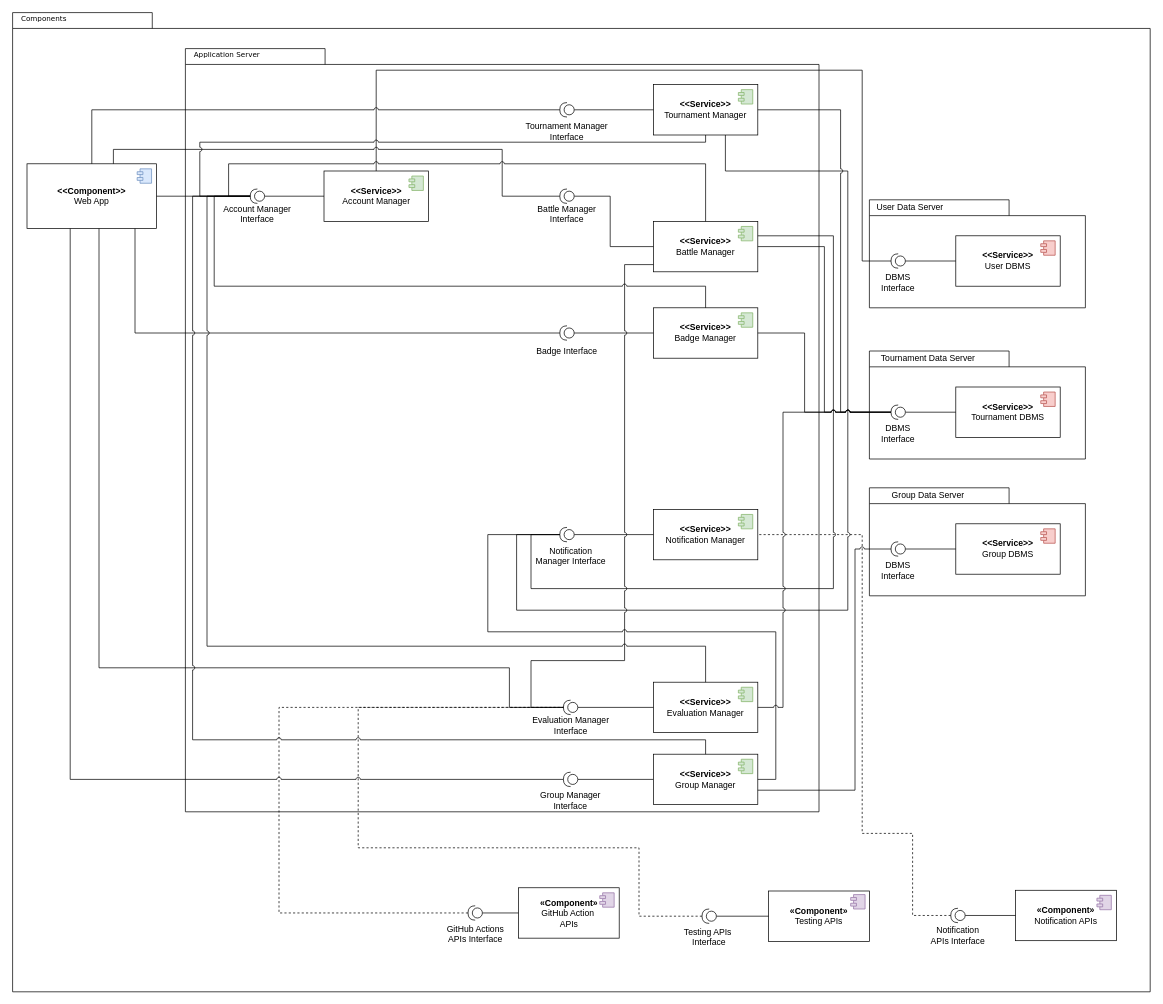
Earlier version of the draw.io diagram DDwip/ExtraFiles/ComponentView.drawio (francescospangaro/SpangaroTosettiRiccardi). Source tidied: cells renumbered, new cells numbered last; positions are measured from the earlier drawing's top-left corner, leaving out a move shared by most shapes. Both pictures are drawn from the tidied source at 72%, with x=0, y=0 at pixel (12, 12).
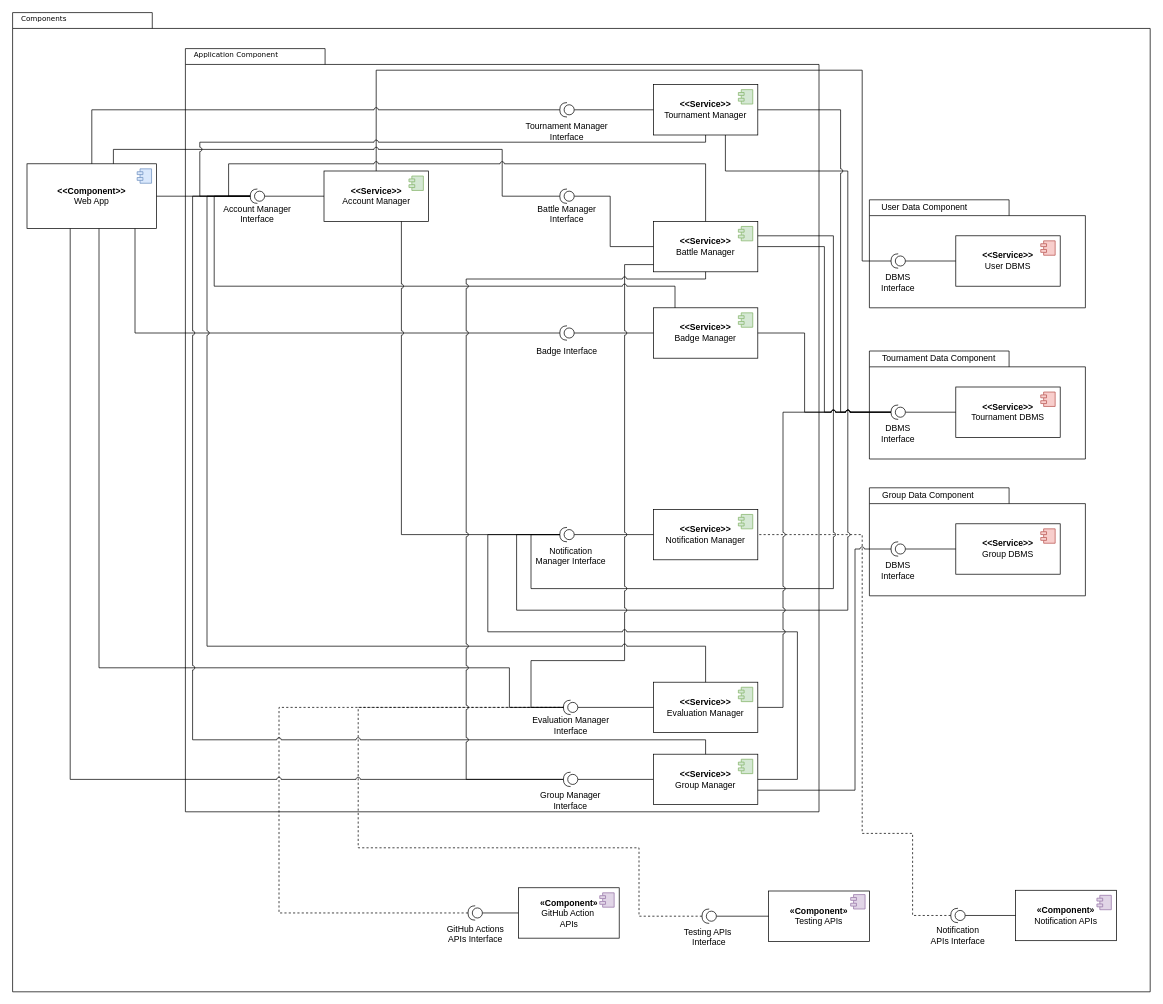
The same page after the edit.

Unchanged cells that the change refers to:
```xml
<mxCell id="8" value="&lt;div&gt;&lt;b&gt;&amp;lt;&amp;lt;Service&amp;gt;&amp;gt;&lt;/b&gt;&lt;/div&gt;&lt;div&gt;Account Manager&lt;br&gt;&lt;/div&gt;" style="html=1;whiteSpace=wrap;" parent="1" vertex="1">
  <mxGeometry x="432.5" y="220" width="145" height="70" as="geometry" />
</mxCell>
<mxCell id="17" style="shape=providedRequiredInterface;html=1;verticalLabelPosition=bottom;sketch=0;rotation=-180;" parent="1" vertex="1">
  <mxGeometry x="330" y="245" width="20" height="20" as="geometry" />
</mxCell>
<mxCell id="22" value="&lt;div&gt;&lt;b&gt;&amp;lt;&amp;lt;Service&amp;gt;&amp;gt;&lt;/b&gt;&lt;/div&gt;&lt;div&gt;Battle Manager&lt;br&gt;&lt;/div&gt;" style="html=1;whiteSpace=wrap;" parent="1" vertex="1">
  <mxGeometry x="890" y="290" width="145" height="70" as="geometry" />
</mxCell>
<mxCell id="24" value="&lt;div&gt;&lt;b&gt;&amp;lt;&amp;lt;Service&amp;gt;&amp;gt;&lt;/b&gt;&lt;/div&gt;&lt;div&gt;Badge Manager&lt;br&gt;&lt;/div&gt;" style="html=1;whiteSpace=wrap;" parent="1" vertex="1">
  <mxGeometry x="890" y="410" width="145" height="70" as="geometry" />
</mxCell>
<mxCell id="50" style="shape=providedRequiredInterface;html=1;verticalLabelPosition=bottom;sketch=0;rotation=-180;" parent="1" vertex="1">
  <mxGeometry x="760" y="715" width="20" height="20" as="geometry" />
</mxCell>
<mxCell id="69" value="&lt;div&gt;&lt;b&gt;&amp;lt;&amp;lt;Service&amp;gt;&amp;gt;&lt;/b&gt;&lt;/div&gt;Group Manager" style="html=1;whiteSpace=wrap;" parent="1" vertex="1">
  <mxGeometry x="890" y="1030" width="145" height="70" as="geometry" />
</mxCell>
<mxCell id="71" style="shape=providedRequiredInterface;html=1;verticalLabelPosition=bottom;sketch=0;rotation=-180;" parent="1" vertex="1">
  <mxGeometry x="765" y="1055" width="20" height="20" as="geometry" />
</mxCell>
```

Change to the diagram source:
```diff
@@
-    <mxCell id="7" value="Application Server" style="text;html=1;align=left;verticalAlign=top;spacingTop=-4;fontSize=10;fontFamily=Verdana;" parent="1" vertex="1">
+    <mxCell id="7" value="Application Component" style="text;html=1;align=left;verticalAlign=top;spacingTop=-4;fontSize=10;fontFamily=Verdana;" parent="1" vertex="1">
       <mxGeometry x="250" y="50" width="130" height="20" as="geometry" />
     </mxCell>
@@
-    <mxCell id="41" value="&amp;nbsp;User Data Server" style="text;html=1;strokeColor=none;fillColor=none;align=center;verticalAlign=middle;whiteSpace=wrap;rounded=0;" parent="1" vertex="1">
-      <mxGeometry x="1190" y="260" width="110" height="20" as="geometry" />
+    <mxCell id="41" value="&amp;nbsp;User Data Component" style="text;html=1;strokeColor=none;fillColor=none;align=center;verticalAlign=middle;whiteSpace=wrap;rounded=0;" parent="1" vertex="1">
+      <mxGeometry x="1190" y="260" width="150" height="20" as="geometry" />
     </mxCell>
@@
     <mxCell id="73" style="edgeStyle=orthogonalEdgeStyle;rounded=0;jettySize=auto;html=1;entryX=1;entryY=0.5;entryDx=0;entryDy=0;entryPerimeter=0;jumpStyle=arc;endArrow=none;endFill=0;" parent="1" edge="1" source="69" target="50">
       <mxGeometry relative="1" as="geometry">
         <Array as="points">
-          <mxPoint x="1060" y="1065" />
-          <mxPoint x="1060" y="860" />
+          <mxPoint x="1090" y="1065" />
+          <mxPoint x="1090" y="860" />
           <mxPoint x="660" y="860" />
           <mxPoint x="660" y="725" />
         </Array>
       </mxGeometry>
     </mxCell>
@@
-    <mxCell id="75" value="&amp;nbsp;Tournament Data Server" style="text;html=1;strokeColor=none;fillColor=none;align=center;verticalAlign=middle;whiteSpace=wrap;rounded=0;" parent="1" vertex="1">
-      <mxGeometry x="1190" y="470" width="160" height="20" as="geometry" />
+    <mxCell id="75" value="&amp;nbsp;Tournament Data Component" style="text;html=1;strokeColor=none;fillColor=none;align=center;verticalAlign=middle;whiteSpace=wrap;rounded=0;" parent="1" vertex="1">
+      <mxGeometry x="1190" y="470" width="190" height="20" as="geometry" />
     </mxCell>
@@
-    <mxCell id="86" value="&amp;nbsp;Group Data Server" style="text;html=1;strokeColor=none;fillColor=none;align=center;verticalAlign=middle;whiteSpace=wrap;rounded=0;" parent="1" vertex="1">
+    <mxCell id="86" value="&amp;nbsp;Group Data Component" style="text;html=1;strokeColor=none;fillColor=none;align=center;verticalAlign=middle;whiteSpace=wrap;rounded=0;" parent="1" vertex="1">
       <mxGeometry x="1190" y="660" width="160" height="20" as="geometry" />
     </mxCell>
@@
     <mxCell id="99" style="edgeStyle=orthogonalEdgeStyle;rounded=0;jettySize=auto;html=1;entryX=1;entryY=0.5;entryDx=0;entryDy=0;entryPerimeter=0;endArrow=none;endFill=0;jumpStyle=arc;" parent="1" edge="1" source="24" target="17">
       <mxGeometry relative="1" as="geometry">
         <Array as="points">
-          <mxPoint x="963" y="380" />
+          <mxPoint x="920" y="380" />
           <mxPoint x="280" y="380" />
           <mxPoint x="280" y="255" />
         </Array>
       </mxGeometry>
     </mxCell>
@@
+    <mxCell id="104" style="edgeStyle=orthogonalEdgeStyle;rounded=0;jettySize=auto;html=1;entryX=1;entryY=0.5;entryDx=0;entryDy=0;entryPerimeter=0;endArrow=none;endFill=0;jumpStyle=arc;" parent="1" edge="1" source="8" target="50">
+      <mxGeometry relative="1" as="geometry">
+        <Array as="points">
+          <mxPoint x="540" y="725" />
+        </Array>
+      </mxGeometry>
+    </mxCell>
+    <mxCell id="105" style="edgeStyle=orthogonalEdgeStyle;rounded=0;jettySize=auto;html=1;entryX=1;entryY=0.5;entryDx=0;entryDy=0;entryPerimeter=0;endArrow=none;endFill=0;jumpStyle=arc;" parent="1" edge="1" source="22" target="71">
+      <mxGeometry relative="1" as="geometry">
+        <Array as="points">
+          <mxPoint x="963" y="370" />
+          <mxPoint x="630" y="370" />
+          <mxPoint x="630" y="1065" />
+        </Array>
+      </mxGeometry>
+    </mxCell>
```
